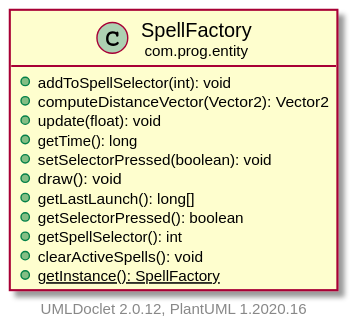
The PlantUML diagram core/build/docs/javadoc/uml/com/prog/entity/SpellFactory.svg in Garma00/Evilian, before a commit. Its diagram source:
```plantuml
@startuml
    set namespaceSeparator none
    hide empty fields
    hide empty methods

    class "<size:14>SpellFactory\n<size:10>com.prog.entity" as com.prog.entity.SpellFactory [[..\..\..\..\com\prog\entity\SpellFactory.html]] {
        +addToSpellSelector(int): void
        +computeDistanceVector(Vector2): Vector2
        +update(float): void
        +getTime(): long
        +setSelectorPressed(boolean): void
        +draw(): void
        +getLastLaunch(): long[]
        +getSelectorPressed(): boolean
        +getSpellSelector(): int
        +clearActiveSpells(): void
        {static} +getInstance(): SpellFactory
    }

    center footer UMLDoclet 2.0.12, PlantUML 1.2020.16
@enduml
```
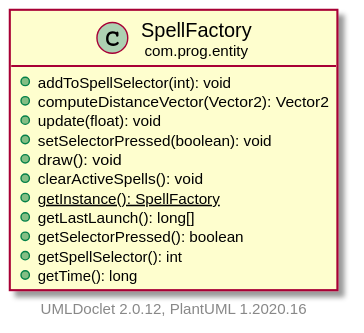
Above is the later version.

What changed in the source:
```diff
@@ -7,14 +7,14 @@
         +addToSpellSelector(int): void
         +computeDistanceVector(Vector2): Vector2
         +update(float): void
-        +getTime(): long
         +setSelectorPressed(boolean): void
         +draw(): void
+        +clearActiveSpells(): void
+        {static} +getInstance(): SpellFactory
         +getLastLaunch(): long[]
         +getSelectorPressed(): boolean
         +getSpellSelector(): int
-        +clearActiveSpells(): void
-        {static} +getInstance(): SpellFactory
+        +getTime(): long
     }
 
     center footer UMLDoclet 2.0.12, PlantUML 1.2020.16
```
